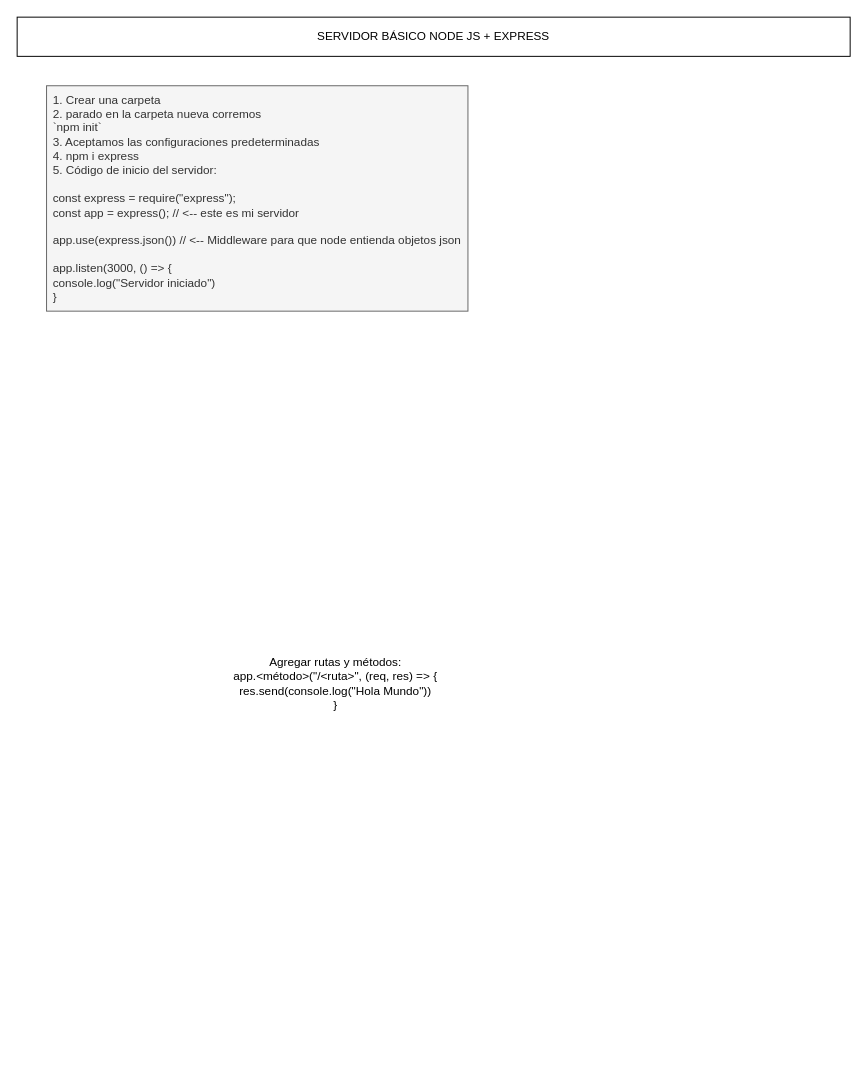
Before: nodejs_express.drawio in jaliagag/tp3_acamica, a draw.io diagram. Source tidied: cells renumbered, new cells numbered last; positions are measured from the earlier drawing's top-left corner, leaving out a move shared by most shapes. Both pictures are drawn from the tidied source at 98%, with x=0, y=0 at pixel (17, 17).
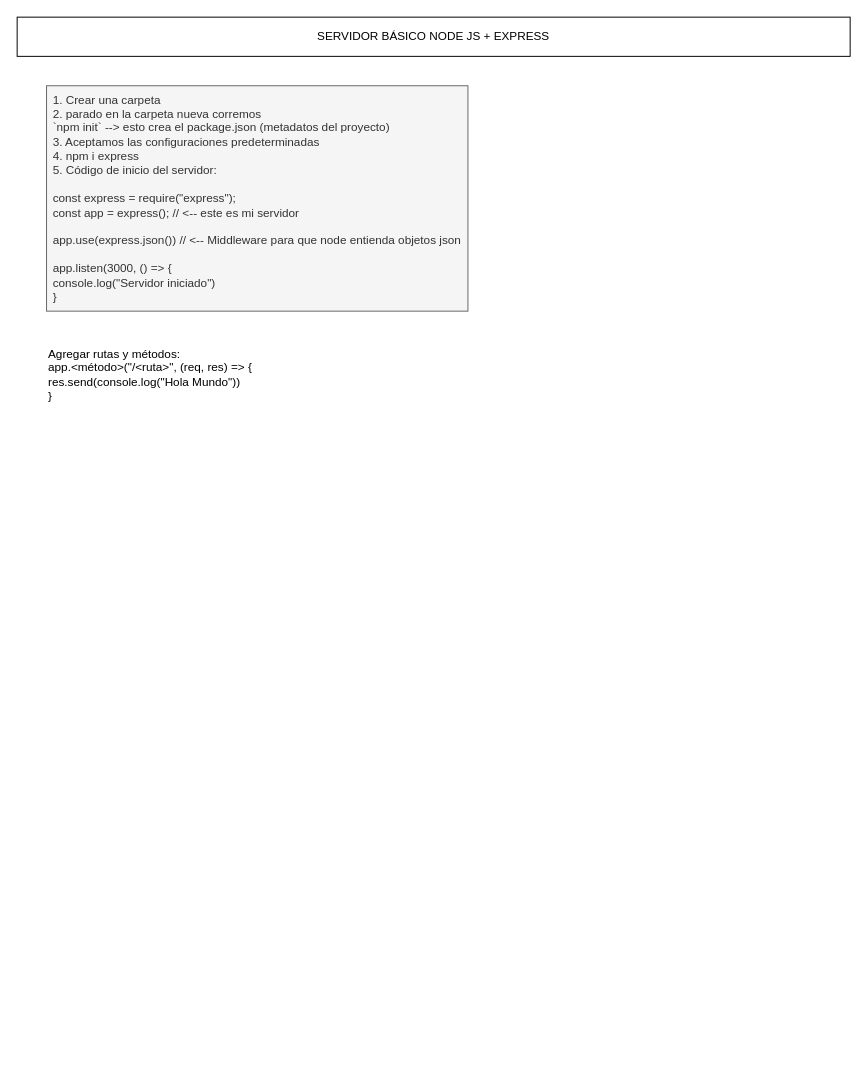
The same page after the edit.

What changed in the source:
```diff
@@
 <mxGraphModel>
   <root>
     <mxCell id="0" />
     <mxCell id="1" parent="0" />
     <mxCell id="2" value="SERVIDOR BÁSICO NODE JS + EXPRESS" style="rounded=0;whiteSpace=wrap;html=1;" parent="1" vertex="1">
       <mxGeometry width="850" height="40" as="geometry" />
     </mxCell>
-    <mxCell id="3" value="&lt;div style=&quot;text-align: left&quot;&gt;&lt;span&gt;1. Crear una carpeta&lt;/span&gt;&lt;/div&gt;&lt;span&gt;&lt;div style=&quot;text-align: left&quot;&gt;&lt;span&gt;2. parado en la carpeta nueva corremos&lt;/span&gt;&lt;/div&gt;&lt;div style=&quot;text-align: left&quot;&gt;&lt;span&gt;`npm init`&lt;/span&gt;&lt;/div&gt;&lt;div style=&quot;text-align: left&quot;&gt;&lt;span&gt;3. Aceptamos las configuraciones predeterminadas&lt;/span&gt;&lt;/div&gt;&lt;div style=&quot;text-align: left&quot;&gt;&lt;span&gt;4. npm i express&lt;/span&gt;&lt;/div&gt;&lt;div style=&quot;text-align: left&quot;&gt;&lt;span&gt;5. Código de inicio del servidor:&lt;/span&gt;&lt;/div&gt;&lt;div style=&quot;text-align: left&quot;&gt;&lt;br&gt;&lt;/div&gt;&lt;div style=&quot;text-align: left&quot;&gt;&lt;span&gt;const express = require(&quot;express&quot;);&lt;/span&gt;&lt;/div&gt;&lt;div style=&quot;text-align: left&quot;&gt;&lt;span&gt;const app = express(); // &amp;lt;-- este es mi servidor&lt;/span&gt;&lt;/div&gt;&lt;div style=&quot;text-align: left&quot;&gt;&lt;br&gt;&lt;/div&gt;&lt;div style=&quot;text-align: left&quot;&gt;app.use(express.json()) // &amp;lt;-- Middleware para que node entienda objetos json&lt;/div&gt;&lt;div style=&quot;text-align: left&quot;&gt;&lt;br&gt;&lt;/div&gt;&lt;div style=&quot;text-align: left&quot;&gt;&lt;span&gt;app.listen(3000, () =&amp;gt; {&lt;/span&gt;&lt;/div&gt;&lt;div style=&quot;text-align: left&quot;&gt;&lt;span&gt;console.log(&quot;Servidor iniciado&quot;)&lt;/span&gt;&lt;/div&gt;&lt;div style=&quot;text-align: left&quot;&gt;&lt;span&gt;}&lt;/span&gt;&lt;/div&gt;&lt;/span&gt;" style="text;html=1;strokeColor=#666666;fillColor=#f5f5f5;align=center;verticalAlign=middle;whiteSpace=wrap;rounded=0;fontColor=#333333;" parent="1" vertex="1">
+    <mxCell id="3" value="&lt;div style=&quot;text-align: left&quot;&gt;&lt;span&gt;1. Crear una carpeta&lt;/span&gt;&lt;/div&gt;&lt;span&gt;&lt;div style=&quot;text-align: left&quot;&gt;&lt;span&gt;2. parado en la carpeta nueva corremos&lt;/span&gt;&lt;/div&gt;&lt;div style=&quot;text-align: left&quot;&gt;&lt;span&gt;`npm init` --&amp;gt; esto crea el package.json (metadatos del proyecto)&lt;/span&gt;&lt;/div&gt;&lt;div style=&quot;text-align: left&quot;&gt;&lt;span&gt;3. Aceptamos las configuraciones predeterminadas&lt;/span&gt;&lt;/div&gt;&lt;div style=&quot;text-align: left&quot;&gt;&lt;span&gt;4. npm i express&lt;/span&gt;&lt;/div&gt;&lt;div style=&quot;text-align: left&quot;&gt;&lt;span&gt;5. Código de inicio del servidor:&lt;/span&gt;&lt;/div&gt;&lt;div style=&quot;text-align: left&quot;&gt;&lt;br&gt;&lt;/div&gt;&lt;div style=&quot;text-align: left&quot;&gt;&lt;span&gt;const express = require(&quot;express&quot;);&lt;/span&gt;&lt;/div&gt;&lt;div style=&quot;text-align: left&quot;&gt;&lt;span&gt;const app = express(); // &amp;lt;-- este es mi servidor&lt;/span&gt;&lt;/div&gt;&lt;div style=&quot;text-align: left&quot;&gt;&lt;br&gt;&lt;/div&gt;&lt;div style=&quot;text-align: left&quot;&gt;app.use(express.json()) // &amp;lt;-- Middleware para que node entienda objetos json&lt;/div&gt;&lt;div style=&quot;text-align: left&quot;&gt;&lt;br&gt;&lt;/div&gt;&lt;div style=&quot;text-align: left&quot;&gt;&lt;span&gt;app.listen(3000, () =&amp;gt; {&lt;/span&gt;&lt;/div&gt;&lt;div style=&quot;text-align: left&quot;&gt;&lt;span&gt;console.log(&quot;Servidor iniciado&quot;)&lt;/span&gt;&lt;/div&gt;&lt;div style=&quot;text-align: left&quot;&gt;&lt;span&gt;}&lt;/span&gt;&lt;/div&gt;&lt;/span&gt;" style="text;html=1;strokeColor=#666666;fillColor=#f5f5f5;align=center;verticalAlign=middle;whiteSpace=wrap;rounded=0;fontColor=#333333;" parent="1" vertex="1">
       <mxGeometry x="30" y="70" width="430" height="230" as="geometry" />
     </mxCell>
-    <mxCell id="4" value="Agregar rutas y métodos:&lt;br&gt;app.&amp;lt;método&amp;gt;(&quot;/&amp;lt;ruta&amp;gt;&quot;, (req, res) =&amp;gt; {&lt;br&gt;res.send(console.log(&quot;Hola Mundo&quot;))&lt;br&gt;}" style="text;html=1;strokeColor=none;fillColor=none;align=center;verticalAlign=middle;whiteSpace=wrap;rounded=0;" parent="1" vertex="1">
-      <mxGeometry x="30" y="300" width="590" height="760" as="geometry" />
+    <mxCell id="4" value="Agregar rutas y métodos:&lt;br&gt;app.&amp;lt;método&amp;gt;(&quot;/&amp;lt;ruta&amp;gt;&quot;, (req, res) =&amp;gt; {&lt;br&gt;res.send(console.log(&quot;Hola Mundo&quot;))&lt;br&gt;}" style="text;html=1;strokeColor=none;fillColor=none;align=left;verticalAlign=top;whiteSpace=wrap;rounded=0;" parent="1" vertex="1">
+      <mxGeometry x="30" y="330" width="590" height="690" as="geometry" />
     </mxCell>
   </root>
 </mxGraphModel>
```
